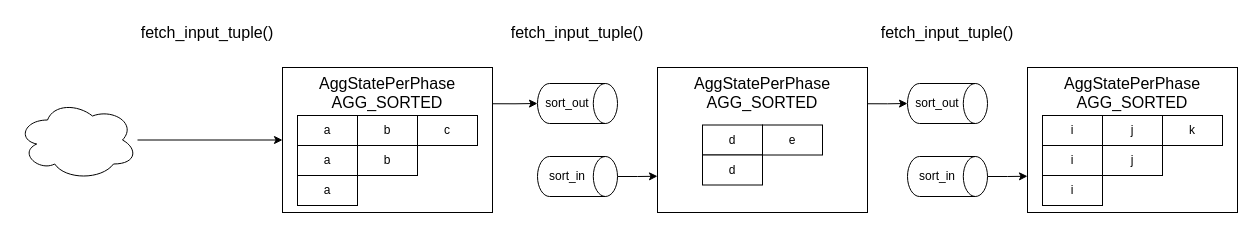
The draw.io diagram how-group-by-works/gs-sort-sort_in-sort_out.drawio in ashenBlade/tantor-pg-meetups, before the edit. Source tidied: cells renumbered, new cells numbered last; positions are measured from the earlier drawing's top-left corner, leaving out a move shared by most shapes. Both pictures are drawn from the tidied source at 100%, with x=0, y=0 at pixel (17, 17).
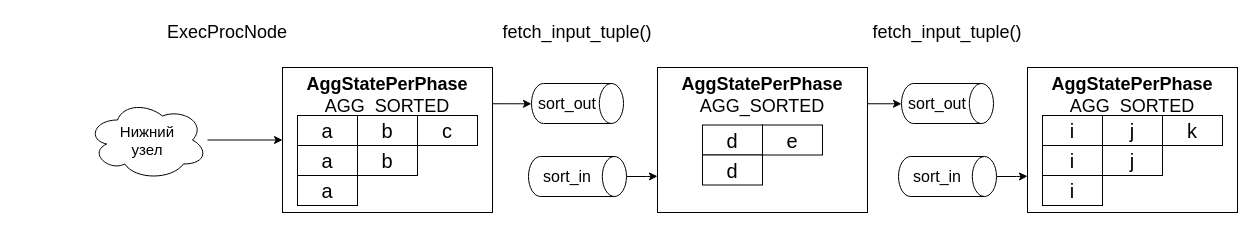
After the change.

The edit, as a diff of the source:
```diff
@@
-    <mxCell id="2" value="AggStatePerPhase&lt;div&gt;AGG_SORTED&lt;/div&gt;" style="rounded=0;whiteSpace=wrap;html=1;verticalAlign=top;fontSize=16;" parent="1" vertex="1">
+    <mxCell id="2" value="&lt;b&gt;AggStatePerPhase&lt;/b&gt;&lt;div&gt;AGG_SORTED&lt;/div&gt;" style="rounded=0;whiteSpace=wrap;html=1;verticalAlign=top;fontSize=18;" parent="1" vertex="1">
       <mxGeometry x="265" y="50" width="210" height="145" as="geometry" />
     </mxCell>
-    <mxCell id="3" value="a" style="rounded=0;whiteSpace=wrap;html=1;" parent="1" vertex="1">
+    <mxCell id="3" value="a" style="rounded=0;whiteSpace=wrap;html=1;fontSize=20;" parent="1" vertex="1">
       <mxGeometry x="280" y="98" width="60" height="30" as="geometry" />
     </mxCell>
-    <mxCell id="4" value="b" style="rounded=0;whiteSpace=wrap;html=1;" parent="1" vertex="1">
+    <mxCell id="4" value="b" style="rounded=0;whiteSpace=wrap;html=1;fontSize=20;" parent="1" vertex="1">
       <mxGeometry x="340" y="98" width="60" height="30" as="geometry" />
     </mxCell>
-    <mxCell id="5" value="c" style="rounded=0;whiteSpace=wrap;html=1;" parent="1" vertex="1">
+    <mxCell id="5" value="c" style="rounded=0;whiteSpace=wrap;html=1;fontSize=20;" parent="1" vertex="1">
       <mxGeometry x="400" y="98" width="60" height="30" as="geometry" />
     </mxCell>
-    <mxCell id="6" value="a" style="rounded=0;whiteSpace=wrap;html=1;" parent="1" vertex="1">
+    <mxCell id="6" value="a" style="rounded=0;whiteSpace=wrap;html=1;fontSize=20;" parent="1" vertex="1">
       <mxGeometry x="280" y="128" width="60" height="30" as="geometry" />
     </mxCell>
-    <mxCell id="7" value="b" style="rounded=0;whiteSpace=wrap;html=1;" parent="1" vertex="1">
+    <mxCell id="7" value="b" style="rounded=0;whiteSpace=wrap;html=1;fontSize=20;" parent="1" vertex="1">
       <mxGeometry x="340" y="128" width="60" height="30" as="geometry" />
     </mxCell>
-    <mxCell id="8" value="a" style="rounded=0;whiteSpace=wrap;html=1;" parent="1" vertex="1">
+    <mxCell id="8" value="a" style="rounded=0;whiteSpace=wrap;html=1;fontSize=20;" parent="1" vertex="1">
       <mxGeometry x="280" y="158" width="60" height="30" as="geometry" />
     </mxCell>
-    <mxCell id="9" value="AggStatePerPhase&lt;div&gt;AGG_SORTED&lt;/div&gt;" style="rounded=0;whiteSpace=wrap;html=1;verticalAlign=top;fontSize=16;" parent="1" vertex="1">
+    <mxCell id="9" value="&lt;b&gt;AggStatePerPhase&lt;/b&gt;&lt;div&gt;AGG_SORTED&lt;/div&gt;" style="rounded=0;whiteSpace=wrap;html=1;verticalAlign=top;fontSize=18;" parent="1" vertex="1">
       <mxGeometry x="640" y="50" width="210" height="145" as="geometry" />
     </mxCell>
-    <mxCell id="10" value="d" style="rounded=0;whiteSpace=wrap;html=1;" parent="1" vertex="1">
+    <mxCell id="10" value="d" style="rounded=0;whiteSpace=wrap;html=1;fontSize=20;" parent="1" vertex="1">
       <mxGeometry x="685" y="107.5" width="60" height="30" as="geometry" />
     </mxCell>
-    <mxCell id="11" value="e" style="rounded=0;whiteSpace=wrap;html=1;" parent="1" vertex="1">
+    <mxCell id="11" value="e" style="rounded=0;whiteSpace=wrap;html=1;fontSize=20;" parent="1" vertex="1">
       <mxGeometry x="745" y="107.5" width="60" height="30" as="geometry" />
     </mxCell>
-    <mxCell id="12" value="d" style="rounded=0;whiteSpace=wrap;html=1;" parent="1" vertex="1">
+    <mxCell id="12" value="d" style="rounded=0;whiteSpace=wrap;html=1;fontSize=20;" parent="1" vertex="1">
       <mxGeometry x="685" y="137.5" width="60" height="30" as="geometry" />
     </mxCell>
@@
-    <mxCell id="14" style="ellipse;shape=cloud;whiteSpace=wrap;html=1;" parent="1" vertex="1">
-      <mxGeometry y="82.5" width="120" height="80" as="geometry" />
+    <mxCell id="14" value="Нижний&lt;div&gt;узел&lt;/div&gt;" style="ellipse;shape=cloud;whiteSpace=wrap;html=1;fontSize=15;" parent="1" vertex="1">
+      <mxGeometry x="70" y="82.5" width="120" height="80" as="geometry" />
     </mxCell>
-    <mxCell id="15" value="fetch_input_tuple()" style="text;html=1;align=center;verticalAlign=middle;whiteSpace=wrap;rounded=0;fontSize=16;" parent="1" vertex="1">
-      <mxGeometry x="490" width="140" height="30" as="geometry" />
+    <mxCell id="15" value="fetch_input_tuple()" style="text;html=1;align=center;verticalAlign=middle;whiteSpace=wrap;rounded=0;fontSize=18;" parent="1" vertex="1">
+      <mxGeometry x="480" width="160" height="30" as="geometry" />
     </mxCell>
-    <mxCell id="16" value="sort_out" style="shape=cylinder3;whiteSpace=wrap;html=1;boundedLbl=1;backgroundOutline=1;size=12.095238095238301;rotation=90;horizontal=0;" parent="1" vertex="1">
-      <mxGeometry x="540" y="46" width="40" height="80" as="geometry" />
+    <mxCell id="16" value="sort_out" style="shape=cylinder3;whiteSpace=wrap;html=1;boundedLbl=1;backgroundOutline=1;size=12.095238095238301;rotation=90;horizontal=0;fontSize=16;" parent="1" vertex="1">
+      <mxGeometry x="540" y="40" width="40" height="92" as="geometry" />
     </mxCell>
@@
-    <mxCell id="18" value="sort_in" style="shape=cylinder3;whiteSpace=wrap;html=1;boundedLbl=1;backgroundOutline=1;size=12.095238095238301;rotation=90;horizontal=0;" parent="1" vertex="1">
-      <mxGeometry x="540" y="119" width="40" height="80" as="geometry" />
+    <mxCell id="18" value="sort_in" style="shape=cylinder3;whiteSpace=wrap;html=1;boundedLbl=1;backgroundOutline=1;size=12.095238095238301;rotation=90;horizontal=0;fontSize=16;" parent="1" vertex="1">
+      <mxGeometry x="540" y="110" width="40" height="98" as="geometry" />
     </mxCell>
-    <mxCell id="19" value="fetch_input_tuple()" style="text;html=1;align=center;verticalAlign=middle;whiteSpace=wrap;rounded=0;fontSize=16;" parent="1" vertex="1">
-      <mxGeometry x="120" width="140" height="30" as="geometry" />
+    <mxCell id="19" value="ExecProcNode" style="text;html=1;align=center;verticalAlign=middle;whiteSpace=wrap;rounded=0;fontSize=18;" parent="1" vertex="1">
+      <mxGeometry x="130" width="160" height="30" as="geometry" />
     </mxCell>
@@
-    <mxCell id="21" value="sort_out" style="shape=cylinder3;whiteSpace=wrap;html=1;boundedLbl=1;backgroundOutline=1;size=12.095238095238301;rotation=90;horizontal=0;" parent="1" vertex="1">
-      <mxGeometry x="910" y="46" width="40" height="80" as="geometry" />
+    <mxCell id="21" value="sort_out" style="shape=cylinder3;whiteSpace=wrap;html=1;boundedLbl=1;backgroundOutline=1;size=12.095238095238301;rotation=90;horizontal=0;fontSize=16;" parent="1" vertex="1">
+      <mxGeometry x="910" y="40" width="40" height="92" as="geometry" />
     </mxCell>
@@
-    <mxCell id="23" value="sort_in" style="shape=cylinder3;whiteSpace=wrap;html=1;boundedLbl=1;backgroundOutline=1;size=12.095238095238301;rotation=90;horizontal=0;" parent="1" vertex="1">
-      <mxGeometry x="910" y="119" width="40" height="80" as="geometry" />
+    <mxCell id="23" value="sort_in" style="shape=cylinder3;whiteSpace=wrap;html=1;boundedLbl=1;backgroundOutline=1;size=12.095238095238301;rotation=90;horizontal=0;fontSize=16;" parent="1" vertex="1">
+      <mxGeometry x="910" y="110" width="40" height="98" as="geometry" />
     </mxCell>
-    <mxCell id="24" value="AggStatePerPhase&lt;div&gt;AGG_SORTED&lt;/div&gt;" style="rounded=0;whiteSpace=wrap;html=1;verticalAlign=top;fontSize=16;" parent="1" vertex="1">
+    <mxCell id="24" value="&lt;b&gt;AggStatePerPhase&lt;/b&gt;&lt;div&gt;AGG_SORTED&lt;/div&gt;" style="rounded=0;whiteSpace=wrap;html=1;verticalAlign=top;fontSize=18;" parent="1" vertex="1">
       <mxGeometry x="1010" y="50" width="210" height="145" as="geometry" />
     </mxCell>
-    <mxCell id="25" value="i" style="rounded=0;whiteSpace=wrap;html=1;" parent="1" vertex="1">
+    <mxCell id="25" value="i" style="rounded=0;whiteSpace=wrap;html=1;fontSize=20;" parent="1" vertex="1">
       <mxGeometry x="1025" y="98" width="60" height="30" as="geometry" />
     </mxCell>
-    <mxCell id="26" value="j" style="rounded=0;whiteSpace=wrap;html=1;" parent="1" vertex="1">
+    <mxCell id="26" value="j" style="rounded=0;whiteSpace=wrap;html=1;fontSize=20;" parent="1" vertex="1">
       <mxGeometry x="1085" y="98" width="60" height="30" as="geometry" />
     </mxCell>
-    <mxCell id="27" value="k" style="rounded=0;whiteSpace=wrap;html=1;" parent="1" vertex="1">
+    <mxCell id="27" value="k" style="rounded=0;whiteSpace=wrap;html=1;fontSize=20;" parent="1" vertex="1">
       <mxGeometry x="1145" y="98" width="60" height="30" as="geometry" />
     </mxCell>
-    <mxCell id="28" value="i" style="rounded=0;whiteSpace=wrap;html=1;" parent="1" vertex="1">
+    <mxCell id="28" value="i" style="rounded=0;whiteSpace=wrap;html=1;fontSize=20;" parent="1" vertex="1">
       <mxGeometry x="1025" y="128" width="60" height="30" as="geometry" />
     </mxCell>
-    <mxCell id="29" value="j" style="rounded=0;whiteSpace=wrap;html=1;" parent="1" vertex="1">
+    <mxCell id="29" value="j" style="rounded=0;whiteSpace=wrap;html=1;fontSize=20;" parent="1" vertex="1">
       <mxGeometry x="1085" y="128" width="60" height="30" as="geometry" />
     </mxCell>
-    <mxCell id="30" value="i" style="rounded=0;whiteSpace=wrap;html=1;" parent="1" vertex="1">
+    <mxCell id="30" value="i" style="rounded=0;whiteSpace=wrap;html=1;fontSize=20;" parent="1" vertex="1">
       <mxGeometry x="1025" y="158" width="60" height="30" as="geometry" />
     </mxCell>
@@
-    <mxCell id="32" value="fetch_input_tuple()" style="text;html=1;align=center;verticalAlign=middle;whiteSpace=wrap;rounded=0;fontSize=16;" parent="1" vertex="1">
-      <mxGeometry x="860" width="140" height="30" as="geometry" />
+    <mxCell id="32" value="fetch_input_tuple()" style="text;html=1;align=center;verticalAlign=middle;whiteSpace=wrap;rounded=0;fontSize=18;" parent="1" vertex="1">
+      <mxGeometry x="850" width="160" height="30" as="geometry" />
     </mxCell>
```
